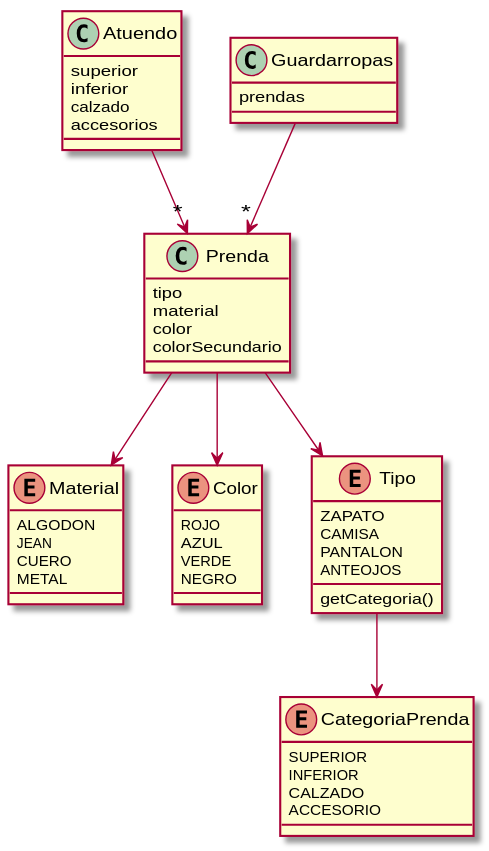
Earlier version of the PlantUML export Diagrama de clases.svg (jaks97/DdS-Que-Me-Pongo).
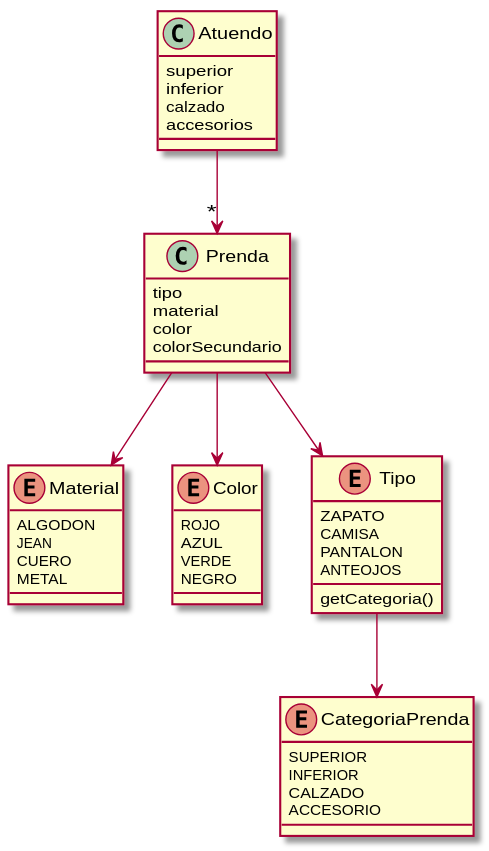
The same diagram one commit later.

Commit message:
Elimino clase guardarropas que no tiene comportamiento

Diff of the diagram source:
```diff
@@ -11,10 +11,6 @@
     INFERIOR
     CALZADO
     ACCESORIO
-}
-
-class Guardarropas {
-  prendas
 }
 
 class Prenda {
@@ -49,5 +45,4 @@
 Prenda --> Material
 Prenda --> Color
 Tipo --> CategoriaPrenda
-Guardarropas --> "*"Prenda
 @enduml
```
